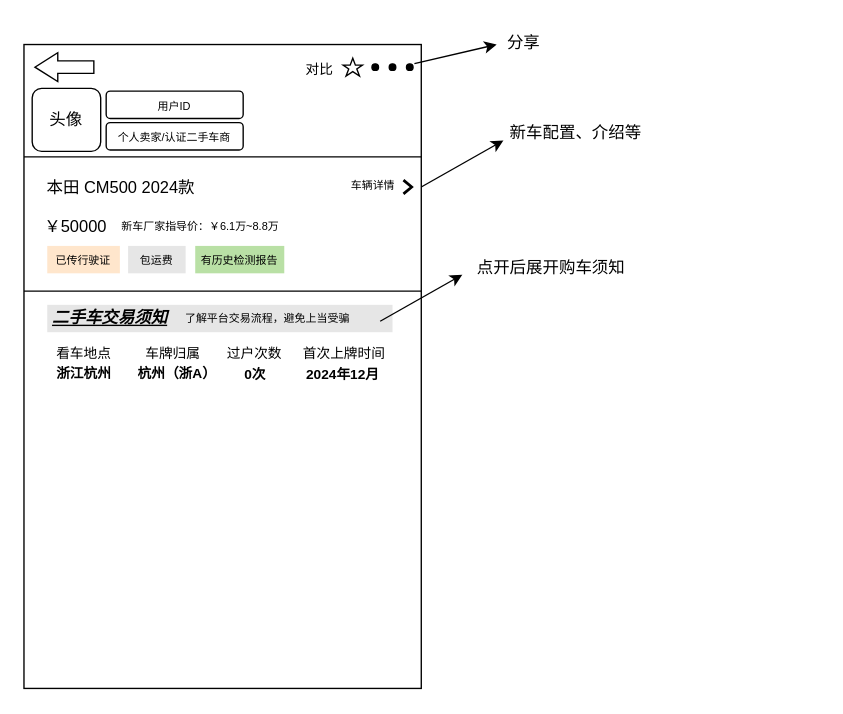
MoWan-inc/sketch keeps this draw.io diagram as 下单页.drawio. Above is the earlier version. Source tidied: cells renumbered, new cells numbered last; positions are measured from the earlier drawing's top-left corner, leaving out a move shared by most shapes. Both pictures are drawn from the tidied source at 137%, with x=0, y=0 at pixel (23, 22).
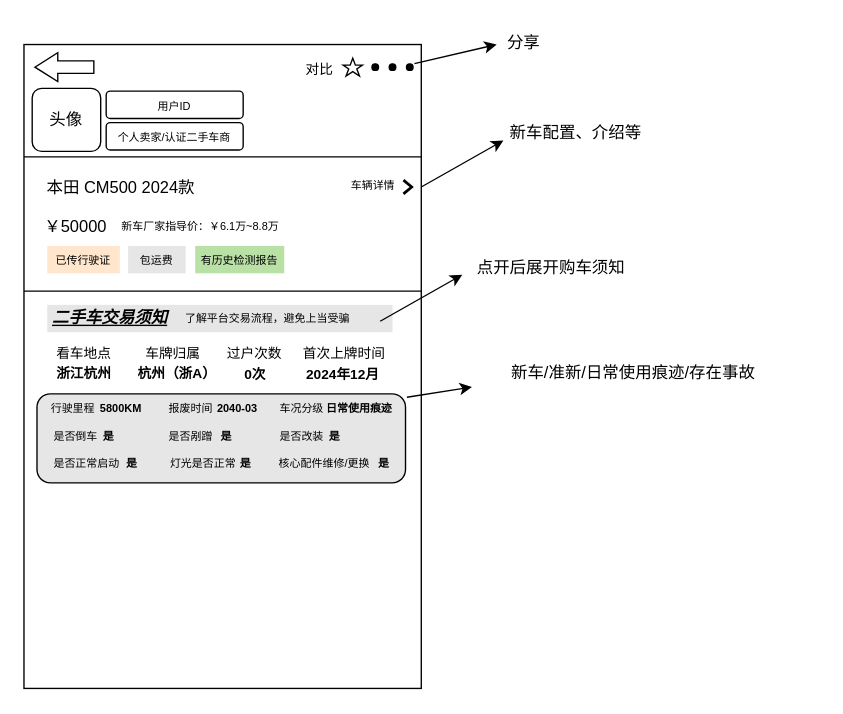
The same diagram, later.

Commit message:
更新下单页.drawio

What changed in the source:
```diff
@@
+    <mxCell id="38" style="rounded=1;whiteSpace=wrap;html=1;fillColor=light-dark(#E6E6E6,var(--ge-dark-color, #121212));" parent="1" vertex="1">
+      <mxGeometry x="9.5" y="271" width="269" height="65" as="geometry" />
+    </mxCell>
+    <mxCell id="39" value="新车/准新/日常使用痕迹/存在事故" style="text;strokeColor=none;align=center;fillColor=none;html=1;verticalAlign=middle;whiteSpace=wrap;rounded=0;" parent="1" vertex="1">
+      <mxGeometry x="310" y="241" width="270" height="30" as="geometry" />
+    </mxCell>
+    <mxCell id="40" value="&lt;font style=&quot;font-size: 8px;&quot;&gt;&lt;b style=&quot;&quot;&gt;5800KM&lt;/b&gt;&lt;/font&gt;" style="text;strokeColor=none;align=center;fillColor=none;html=1;verticalAlign=middle;whiteSpace=wrap;rounded=0;" parent="1" vertex="1">
+      <mxGeometry x="41" y="266" width="60" height="30" as="geometry" />
+    </mxCell>
+    <mxCell id="41" value="&lt;font style=&quot;font-size: 8px;&quot;&gt;行驶里程&lt;/font&gt;" style="text;strokeColor=none;align=center;fillColor=none;html=1;verticalAlign=middle;whiteSpace=wrap;rounded=0;" parent="1" vertex="1">
+      <mxGeometry x="6" y="266" width="60" height="30" as="geometry" />
+    </mxCell>
+    <mxCell id="42" value="&lt;font style=&quot;font-size: 8px;&quot;&gt;报废时间&lt;/font&gt;" style="text;strokeColor=none;align=center;fillColor=none;html=1;verticalAlign=middle;whiteSpace=wrap;rounded=0;" parent="1" vertex="1">
+      <mxGeometry x="92" y="266" width="60" height="30" as="geometry" />
+    </mxCell>
+    <mxCell id="43" value="&lt;font style=&quot;font-size: 8px;&quot;&gt;&lt;b style=&quot;&quot;&gt;2040-03&lt;/b&gt;&lt;/font&gt;" style="text;strokeColor=none;align=center;fillColor=none;html=1;verticalAlign=middle;whiteSpace=wrap;rounded=0;" parent="1" vertex="1">
+      <mxGeometry x="121" y="266" width="70" height="30" as="geometry" />
+    </mxCell>
+    <mxCell id="44" value="&lt;font style=&quot;font-size: 8px;&quot;&gt;车况分级&lt;/font&gt;" style="text;strokeColor=none;align=center;fillColor=none;html=1;verticalAlign=middle;whiteSpace=wrap;rounded=0;" parent="1" vertex="1">
+      <mxGeometry x="173" y="266" width="60" height="30" as="geometry" />
+    </mxCell>
+    <mxCell id="45" value="&lt;font style=&quot;font-size: 8px;&quot;&gt;&lt;b style=&quot;&quot;&gt;日常使用痕迹&lt;/b&gt;&lt;/font&gt;" style="text;strokeColor=none;align=center;fillColor=none;html=1;verticalAlign=middle;whiteSpace=wrap;rounded=0;" parent="1" vertex="1">
+      <mxGeometry x="209.5" y="266" width="70" height="30" as="geometry" />
+    </mxCell>
+    <mxCell id="46" style="endArrow=classic;html=1;rounded=0;exitX=1;exitY=0.25;exitDx=0;exitDy=0;" parent="1" edge="1" source="45">
+      <mxGeometry relative="1" as="geometry">
+        <mxPoint x="327" y="266" as="targetPoint" />
+      </mxGeometry>
+    </mxCell>
+    <mxCell id="47" value="&lt;span style=&quot;font-size: 8px;&quot;&gt;&lt;b&gt;是&lt;/b&gt;&lt;/span&gt;" style="text;strokeColor=none;align=center;fillColor=none;html=1;verticalAlign=middle;whiteSpace=wrap;rounded=0;" parent="1" vertex="1">
+      <mxGeometry x="32" y="286" width="60" height="30" as="geometry" />
+    </mxCell>
+    <mxCell id="48" value="&lt;font style=&quot;font-size: 8px;&quot;&gt;是否倒车&lt;/font&gt;" style="text;strokeColor=none;align=center;fillColor=none;html=1;verticalAlign=middle;whiteSpace=wrap;rounded=0;" parent="1" vertex="1">
+      <mxGeometry x="8" y="286" width="60" height="30" as="geometry" />
+    </mxCell>
+    <mxCell id="49" value="&lt;span style=&quot;font-size: 8px;&quot;&gt;&lt;b&gt;是&lt;/b&gt;&lt;/span&gt;" style="text;strokeColor=none;align=center;fillColor=none;html=1;verticalAlign=middle;whiteSpace=wrap;rounded=0;" parent="1" vertex="1">
+      <mxGeometry x="118" y="286" width="60" height="30" as="geometry" />
+    </mxCell>
+    <mxCell id="50" value="&lt;font style=&quot;font-size: 8px;&quot;&gt;是否剐蹭&lt;/font&gt;" style="text;strokeColor=none;align=center;fillColor=none;html=1;verticalAlign=middle;whiteSpace=wrap;rounded=0;" parent="1" vertex="1">
+      <mxGeometry x="92" y="286" width="60" height="30" as="geometry" />
+    </mxCell>
+    <mxCell id="51" value="&lt;span style=&quot;font-size: 8px;&quot;&gt;&lt;b&gt;是&lt;/b&gt;&lt;/span&gt;" style="text;strokeColor=none;align=center;fillColor=none;html=1;verticalAlign=middle;whiteSpace=wrap;rounded=0;" parent="1" vertex="1">
+      <mxGeometry x="197" y="286" width="60" height="30" as="geometry" />
+    </mxCell>
+    <mxCell id="52" value="&lt;font style=&quot;font-size: 8px;&quot;&gt;是否改装&lt;/font&gt;" style="text;strokeColor=none;align=center;fillColor=none;html=1;verticalAlign=middle;whiteSpace=wrap;rounded=0;" parent="1" vertex="1">
+      <mxGeometry x="176" y="286" width="54" height="30" as="geometry" />
+    </mxCell>
+    <mxCell id="53" value="&lt;span style=&quot;font-size: 8px;&quot;&gt;&lt;b&gt;是&lt;/b&gt;&lt;/span&gt;" style="text;strokeColor=none;align=center;fillColor=none;html=1;verticalAlign=middle;whiteSpace=wrap;rounded=0;" parent="1" vertex="1">
+      <mxGeometry x="49" y="306" width="60" height="30" as="geometry" />
+    </mxCell>
+    <mxCell id="54" value="&lt;font style=&quot;font-size: 8px;&quot;&gt;是否正常启动&lt;/font&gt;" style="text;strokeColor=none;align=center;fillColor=none;html=1;verticalAlign=middle;whiteSpace=wrap;rounded=0;" parent="1" vertex="1">
+      <mxGeometry x="16" y="306" width="60" height="30" as="geometry" />
+    </mxCell>
+    <mxCell id="55" value="&lt;span style=&quot;font-size: 8px;&quot;&gt;&lt;b&gt;是&lt;/b&gt;&lt;/span&gt;" style="text;strokeColor=none;align=center;fillColor=none;html=1;verticalAlign=middle;whiteSpace=wrap;rounded=0;" parent="1" vertex="1">
+      <mxGeometry x="131.5" y="306" width="60" height="30" as="geometry" />
+    </mxCell>
+    <mxCell id="56" value="&lt;font style=&quot;font-size: 8px;&quot;&gt;灯光是否正常&lt;/font&gt;" style="text;strokeColor=none;align=center;fillColor=none;html=1;verticalAlign=middle;whiteSpace=wrap;rounded=0;" parent="1" vertex="1">
+      <mxGeometry x="100.5" y="306" width="60" height="30" as="geometry" />
+    </mxCell>
+    <mxCell id="57" value="&lt;span style=&quot;font-size: 8px;&quot;&gt;&lt;b&gt;是&lt;/b&gt;&lt;/span&gt;" style="text;strokeColor=none;align=center;fillColor=none;html=1;verticalAlign=middle;whiteSpace=wrap;rounded=0;" parent="1" vertex="1">
+      <mxGeometry x="233" y="306" width="60" height="30" as="geometry" />
+    </mxCell>
+    <mxCell id="58" value="&lt;font style=&quot;font-size: 8px;&quot;&gt;核心配件维修/更换&lt;/font&gt;" style="text;strokeColor=none;align=center;fillColor=none;html=1;verticalAlign=middle;whiteSpace=wrap;rounded=0;" parent="1" vertex="1">
+      <mxGeometry x="164.5" y="306" width="108.5" height="30" as="geometry" />
+    </mxCell>
```
